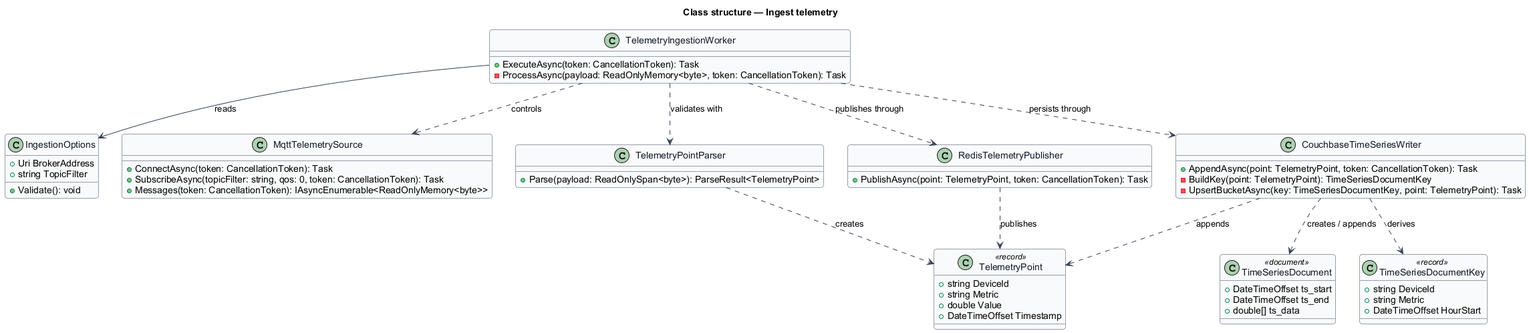
The PlantUML diagram docs/detailed-designs/telemetry/ingest-telemetry/diagrams/class-structure.png in QuinntyneBrown/press-telemetry-reference, before a commit. Its diagram source:
```plantuml
@startuml
skinparam backgroundColor #FFFFFF
skinparam shadowing false
skinparam roundcorner 8
skinparam defaultFontName Arial
skinparam ArrowColor #344054
skinparam class {
  BorderColor #344054
  FontColor #101828
  BackgroundColor #F9FAFB
}
title Class structure — Ingest telemetry

class TelemetryPoint <<record>> {
  +string DeviceId
  +string Metric
  +double Value
  +DateTimeOffset Timestamp
}

class IngestionOptions {
  +Uri BrokerAddress
  +string TopicFilter
  +Validate(): void
}

class TelemetryIngestionWorker {
  +ExecuteAsync(token: CancellationToken): Task
  -ProcessAsync(payload: ReadOnlyMemory<byte>, token: CancellationToken): Task
}

class MqttTelemetrySource {
  +ConnectAsync(token: CancellationToken): Task
  +SubscribeAsync(topicFilter: string, qos: 0, token: CancellationToken): Task
  +Messages(token: CancellationToken): IAsyncEnumerable<ReadOnlyMemory<byte>>
}

class TelemetryPointParser {
  +Parse(payload: ReadOnlySpan<byte>): ParseResult<TelemetryPoint>
}

class CouchbaseTimeSeriesWriter {
  +AppendAsync(point: TelemetryPoint, token: CancellationToken): Task
  -BuildKey(point: TelemetryPoint): TimeSeriesDocumentKey
  -UpsertBucketAsync(key: TimeSeriesDocumentKey, point: TelemetryPoint): Task
}

class TimeSeriesDocumentKey <<record>> {
  +string DeviceId
  +string Metric
  +DateTimeOffset HourStart
}

class TimeSeriesDocument <<document>> {
  +DateTimeOffset ts_start
  +DateTimeOffset ts_end
  +double[] ts_data
}

class RedisTelemetryPublisher {
  +PublishAsync(point: TelemetryPoint, token: CancellationToken): Task
}

TelemetryIngestionWorker --> IngestionOptions : reads
TelemetryIngestionWorker ..> MqttTelemetrySource : controls
TelemetryIngestionWorker ..> TelemetryPointParser : validates with
TelemetryIngestionWorker ..> CouchbaseTimeSeriesWriter : persists through
TelemetryIngestionWorker ..> RedisTelemetryPublisher : publishes through
TelemetryPointParser ..> TelemetryPoint : creates
CouchbaseTimeSeriesWriter ..> TelemetryPoint : appends
CouchbaseTimeSeriesWriter ..> TimeSeriesDocumentKey : derives
CouchbaseTimeSeriesWriter ..> TimeSeriesDocument : creates / appends
RedisTelemetryPublisher ..> TelemetryPoint : publishes
@enduml
```
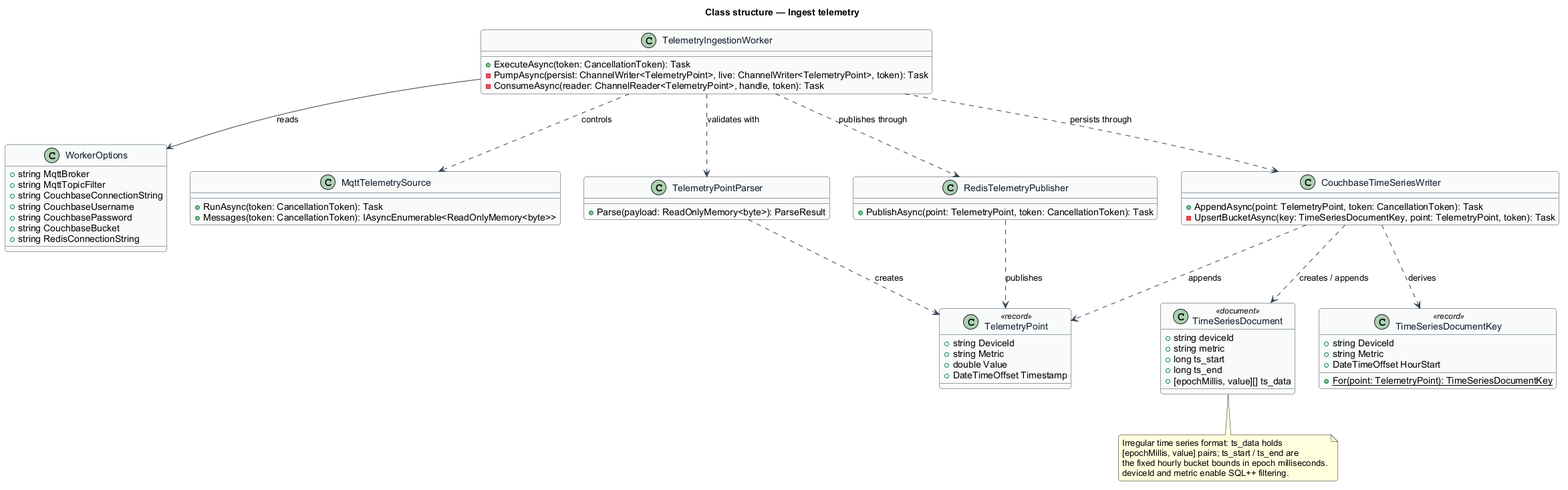
After the change.

What changed in the source:
```diff
@@ -18,50 +18,56 @@
   +DateTimeOffset Timestamp
 }
 
-class IngestionOptions {
-  +Uri BrokerAddress
-  +string TopicFilter
-  +Validate(): void
+class WorkerOptions {
+  +string MqttBroker
+  +string MqttTopicFilter
+  +string CouchbaseConnectionString
+  +string CouchbaseUsername
+  +string CouchbasePassword
+  +string CouchbaseBucket
+  +string RedisConnectionString
 }
 
 class TelemetryIngestionWorker {
   +ExecuteAsync(token: CancellationToken): Task
-  -ProcessAsync(payload: ReadOnlyMemory<byte>, token: CancellationToken): Task
+  -PumpAsync(persist: ChannelWriter<TelemetryPoint>, live: ChannelWriter<TelemetryPoint>, token): Task
+  -ConsumeAsync(reader: ChannelReader<TelemetryPoint>, handle, token): Task
 }
 
 class MqttTelemetrySource {
-  +ConnectAsync(token: CancellationToken): Task
-  +SubscribeAsync(topicFilter: string, qos: 0, token: CancellationToken): Task
+  +RunAsync(token: CancellationToken): Task
   +Messages(token: CancellationToken): IAsyncEnumerable<ReadOnlyMemory<byte>>
 }
 
 class TelemetryPointParser {
-  +Parse(payload: ReadOnlySpan<byte>): ParseResult<TelemetryPoint>
+  +Parse(payload: ReadOnlyMemory<byte>): ParseResult
 }
 
 class CouchbaseTimeSeriesWriter {
   +AppendAsync(point: TelemetryPoint, token: CancellationToken): Task
-  -BuildKey(point: TelemetryPoint): TimeSeriesDocumentKey
-  -UpsertBucketAsync(key: TimeSeriesDocumentKey, point: TelemetryPoint): Task
+  -UpsertBucketAsync(key: TimeSeriesDocumentKey, point: TelemetryPoint, token): Task
 }
 
 class TimeSeriesDocumentKey <<record>> {
   +string DeviceId
   +string Metric
   +DateTimeOffset HourStart
+  +{static} For(point: TelemetryPoint): TimeSeriesDocumentKey
 }
 
 class TimeSeriesDocument <<document>> {
-  +DateTimeOffset ts_start
-  +DateTimeOffset ts_end
-  +double[] ts_data
+  +string deviceId
+  +string metric
+  +long ts_start
+  +long ts_end
+  +[epochMillis, value][] ts_data
 }
 
 class RedisTelemetryPublisher {
   +PublishAsync(point: TelemetryPoint, token: CancellationToken): Task
 }
 
-TelemetryIngestionWorker --> IngestionOptions : reads
+TelemetryIngestionWorker --> WorkerOptions : reads
 TelemetryIngestionWorker ..> MqttTelemetrySource : controls
 TelemetryIngestionWorker ..> TelemetryPointParser : validates with
 TelemetryIngestionWorker ..> CouchbaseTimeSeriesWriter : persists through
@@ -71,4 +77,11 @@
 CouchbaseTimeSeriesWriter ..> TimeSeriesDocumentKey : derives
 CouchbaseTimeSeriesWriter ..> TimeSeriesDocument : creates / appends
 RedisTelemetryPublisher ..> TelemetryPoint : publishes
+
+note bottom of TimeSeriesDocument
+  Irregular time series format: ts_data holds
+  [epochMillis, value] pairs; ts_start / ts_end are
+  the fixed hourly bucket bounds in epoch milliseconds.
+  deviceId and metric enable SQL++ filtering.
+end note
 @enduml
```
